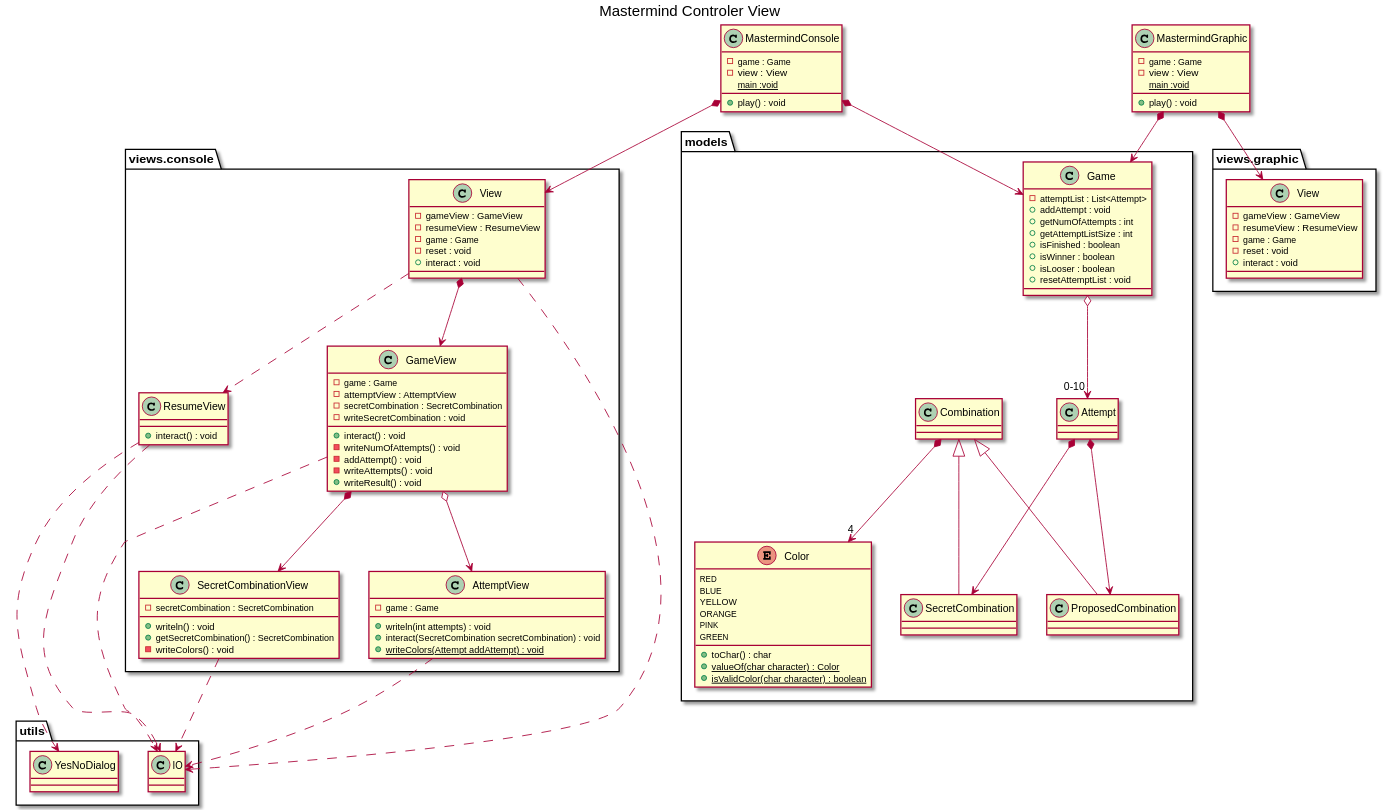
The PlantUML diagram Document View UML/mastermind_document_view.svg in Master-Desarrollo-20-21/diseno-oo-ejercicio2-mastermind-document-view-jumpering, before a commit.
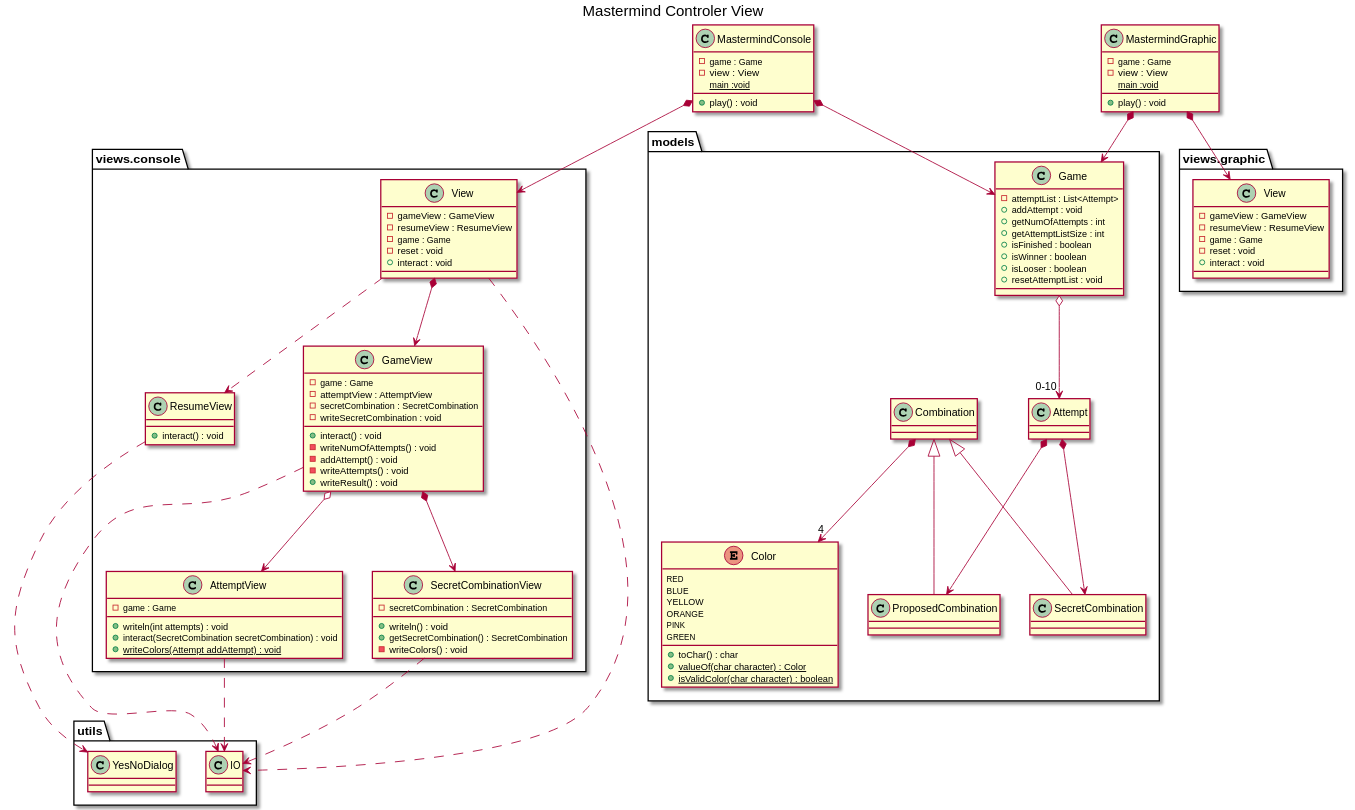
Above is the later version.

What changed in the source:
```diff
@@ -102,7 +102,6 @@
 namespace utils{
 views.console.View ..> IO
 views.console.GameView ..> IO
-views.console.ResumeView ..> IO
 views.console.SecretCombinationView ..> IO
 views.console.AttemptView ..> IO
 views.console.ResumeView ..> YesNoDialog
```
